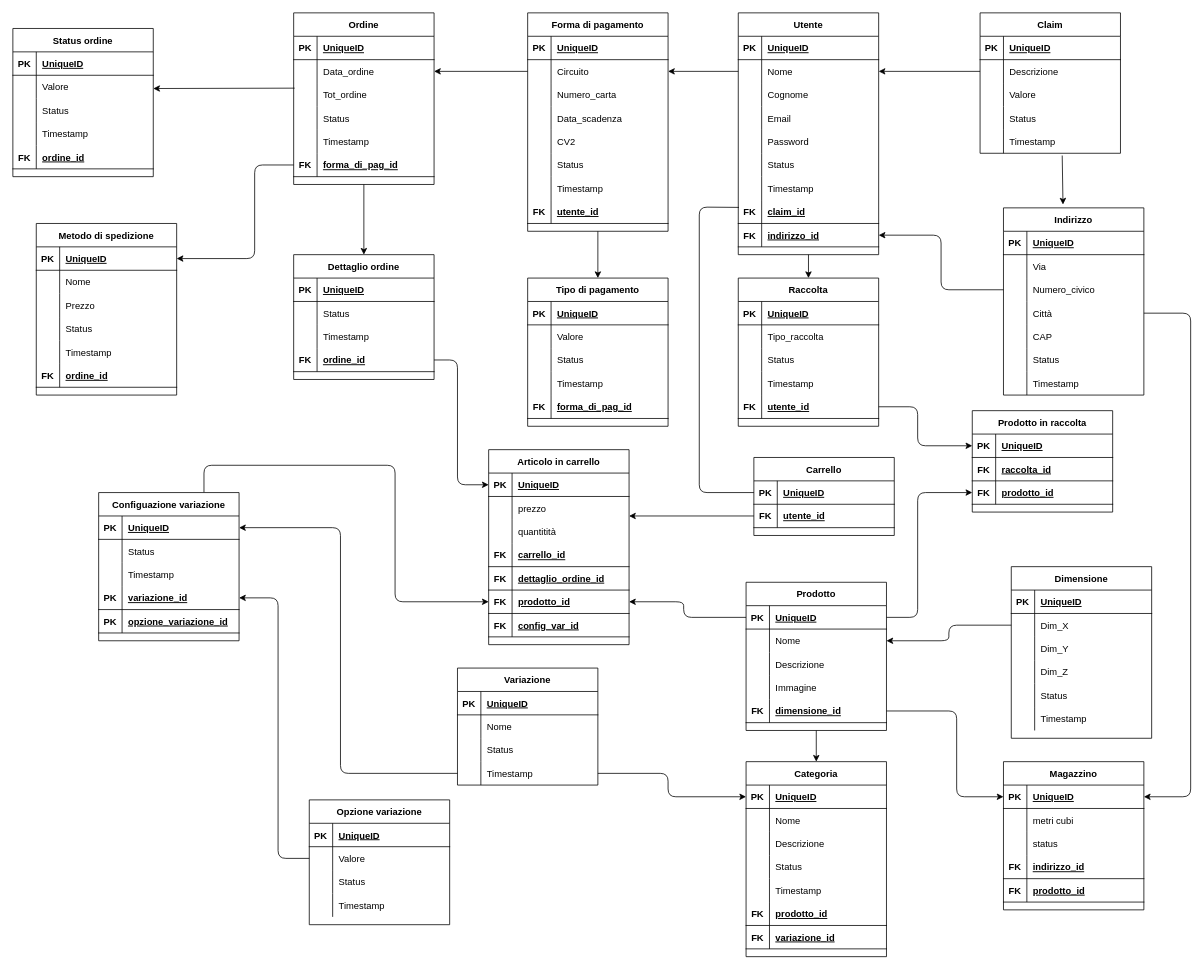
Before: doc/modello_logico.drawio in EndriDomiUni/E-commerce, a draw.io diagram. Source tidied: cells renumbered, new cells numbered last; positions are measured from the earlier drawing's top-left corner, leaving out a move shared by most shapes. Both pictures are drawn from the tidied source at 78%, with x=0, y=0 at pixel (12, 12).
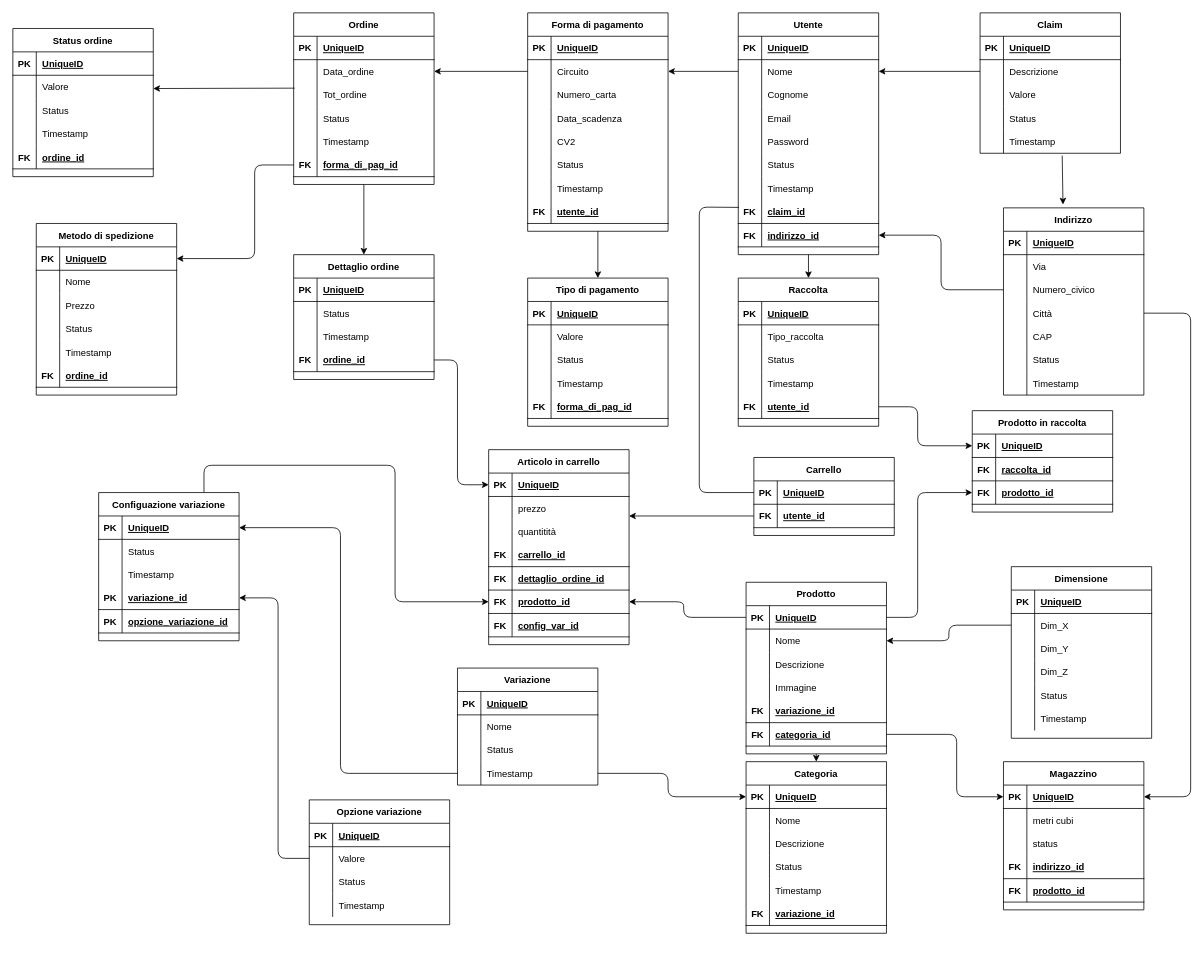
The same diagram, later.

The change refers to these unchanged cells:
```xml
<mxCell id="285" style="shape=partialRectangle;fillColor=none;top=0;left=0;bottom=1;right=0;points=[[0,0.5],[1,0.5]];portConstraint=eastwest;" parent="284" vertex="1">
  <mxGeometry y="30" width="180" height="30" as="geometry" />
</mxCell>
```

What changed in the source:
```diff
@@
     <mxCell id="229" value="Prodotto" style="shape=table;startSize=30;childLayout=tableLayout;rowLines=0;fontStyle=1;align=center;" parent="1" vertex="1">
-      <mxGeometry x="940" y="730" width="180" height="190" as="geometry" />
+      <mxGeometry x="940" y="730" width="180" height="220" as="geometry" />
     </mxCell>
@@
+    <mxCell id="371" style="shape=partialRectangle;fillColor=none;top=0;left=0;bottom=1;right=0;" parent="229" vertex="1">
+      <mxGeometry y="150" width="180" height="30" as="geometry" />
+    </mxCell>
+    <mxCell id="319" value="FK" style="shape=partialRectangle;fillColor=none;top=0;left=0;bottom=0;right=0;fontStyle=1;overflow=hidden;" parent="371" vertex="1">
+      <mxGeometry width="30" height="30" as="geometry" />
+    </mxCell>
+    <mxCell id="372" value="variazione_id" style="shape=partialRectangle;fillColor=none;top=0;left=0;bottom=0;right=0;align=left;spacingLeft=6;fontStyle=5;overflow=hidden;" parent="371" vertex="1">
+      <mxGeometry x="30" width="150" height="30" as="geometry" />
+    </mxCell>
     <mxCell id="242" style="shape=partialRectangle;fillColor=none;top=0;left=0;bottom=1;right=0;points=[[0,0.5],[1,0.5]];portConstraint=eastwest;" parent="229" vertex="1">
-      <mxGeometry y="150" width="180" height="30" as="geometry" />
+      <mxGeometry y="180" width="180" height="30" as="geometry" />
     </mxCell>
@@
-    <mxCell id="244" value="dimensione_id" style="shape=partialRectangle;fillColor=none;top=0;left=0;bottom=0;right=0;align=left;spacingLeft=6;fontStyle=5;overflow=hidden;" parent="242" vertex="1">
+    <mxCell id="244" value="categoria_id" style="shape=partialRectangle;fillColor=none;top=0;left=0;bottom=0;right=0;align=left;spacingLeft=6;fontStyle=5;overflow=hidden;" parent="242" vertex="1">
       <mxGeometry x="30" width="150" height="30" as="geometry" />
     </mxCell>
@@
     <mxCell id="301" style="edgeStyle=none;html=1;exitX=1;exitY=0.5;exitDx=0;exitDy=0;entryX=0;entryY=0.5;entryDx=0;entryDy=0;endArrow=classic;endFill=1;" parent="1" edge="1" source="242" target="285">
       <mxGeometry relative="1" as="geometry">
         <Array as="points">
-          <mxPoint x="1210" y="895" />
+          <mxPoint x="1210" y="925" />
           <mxPoint x="1210" y="1005" />
         </Array>
       </mxGeometry>
     </mxCell>
     <mxCell id="302" value="Categoria" style="shape=table;startSize=30;childLayout=tableLayout;rowLines=0;fontStyle=1;align=center;" parent="1" vertex="1">
-      <mxGeometry x="940" y="960" width="180" height="250" as="geometry" />
+      <mxGeometry x="940" y="960" width="180" height="220" as="geometry" />
     </mxCell>
@@
-    <mxCell id="318" style="shape=partialRectangle;fillColor=none;top=0;left=0;bottom=1;right=0;" parent="302" vertex="1">
-      <mxGeometry y="180" width="180" height="30" as="geometry" />
-    </mxCell>
-    <mxCell id="319" value="FK" style="shape=partialRectangle;fillColor=none;top=0;left=0;bottom=0;right=0;fontStyle=1;overflow=hidden;" parent="318" vertex="1">
-      <mxGeometry width="30" height="30" as="geometry" />
-    </mxCell>
-    <mxCell id="320" value="prodotto_id" style="shape=partialRectangle;fillColor=none;top=0;left=0;bottom=0;right=0;align=left;spacingLeft=6;fontStyle=5;overflow=hidden;" parent="318" vertex="1">
-      <mxGeometry x="30" width="150" height="30" as="geometry" />
-    </mxCell>
     <mxCell id="321" style="shape=partialRectangle;fillColor=none;top=0;left=0;bottom=1;right=0;" parent="302" vertex="1">
-      <mxGeometry y="210" width="180" height="30" as="geometry" />
+      <mxGeometry y="180" width="180" height="30" as="geometry" />
     </mxCell>
```
